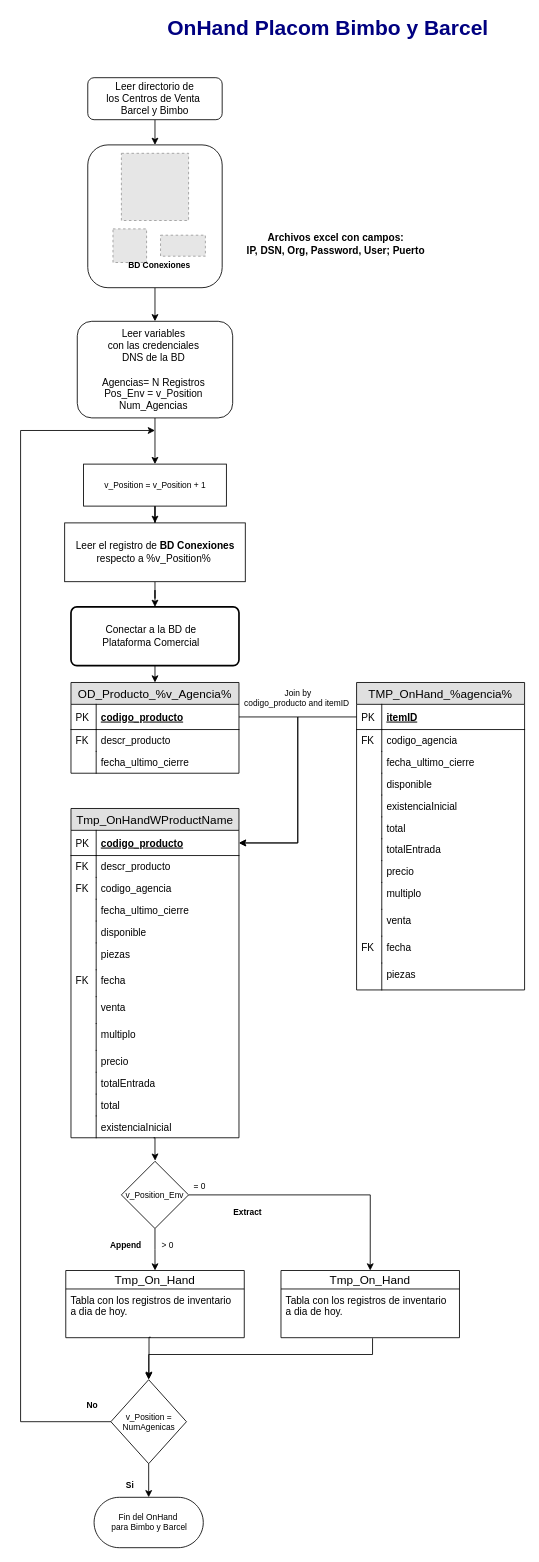
This is OnHand.drawio from victor93ym/DraftDiagram, a draw.io file, before an edit. Source tidied: cells renumbered, new cells numbered last; positions are measured from the earlier drawing's top-left corner, leaving out a move shared by most shapes. Both pictures are drawn from the tidied source at 84%, with x=0, y=0 at pixel (20, 18). Pictures stored in the file or linked from it are replaced by grey dashed boxes.
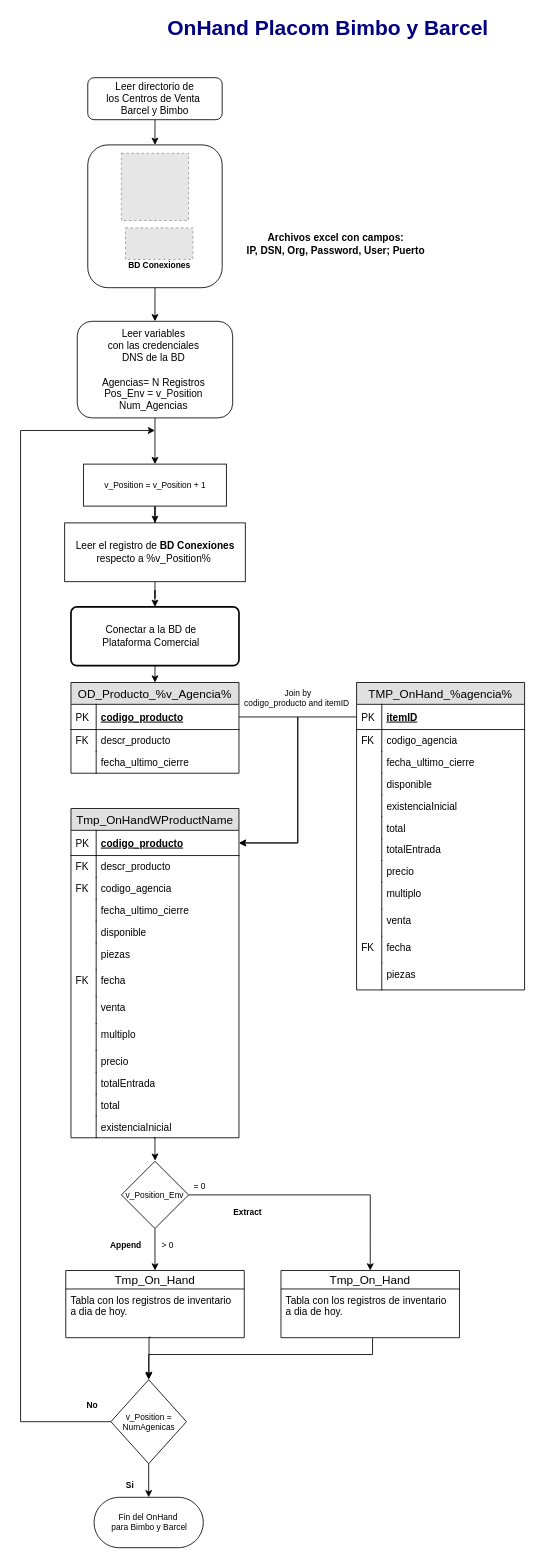
The same page after the edit.

Diff of the diagram source:
```diff
@@
     <mxCell id="8" style="fillColor=#E6E6E6;strokeColor=#999999;dashed=1;verticalLabelPosition=bottom;verticalAlign=top;" parent="1" vertex="1">
-      <mxGeometry x="166.6" y="257.5" width="53.4" height="25" as="geometry" />
+      <mxGeometry x="124.9" y="248.8" width="80.2" height="37.5" as="geometry" />
     </mxCell>
-    <mxCell id="9" style="fillColor=#E6E6E6;strokeColor=#999999;dashed=1;verticalLabelPosition=bottom;verticalAlign=top;" parent="1" vertex="1">
-      <mxGeometry x="110" y="250" width="40" height="40" as="geometry" />
-    </mxCell>
```
